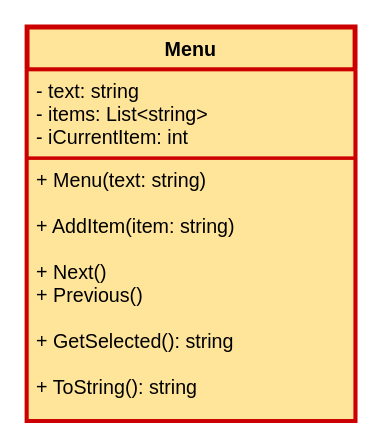
The draw.io diagram docs/50-tutorials/terminal-selection-menu/draw-io/menu_class.drawio in BioBoost/course_programming_from_base_to_ace, before the edit. Source tidied: cells renumbered, new cells numbered last; positions are measured from the earlier drawing's top-left corner, leaving out a move shared by most shapes. Both pictures are drawn from the tidied source at 164%, with x=0, y=0 at pixel (26, 26).
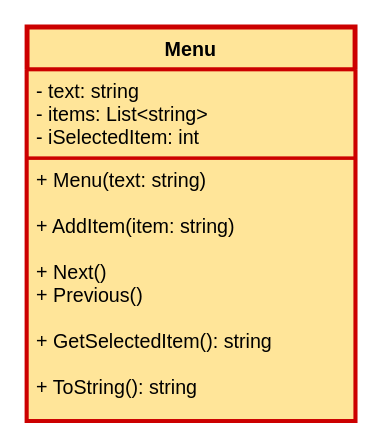
After the change.

Commit message (it also covers changes not shown here):
Finish tutorial on selection menu for the terminal

The edit, as a diff of the source:
```diff
@@
 <mxGraphModel>
   <root>
     <mxCell id="0" />
     <mxCell id="1" parent="0" />
     <mxCell id="2" value="Menu" style="swimlane;fontStyle=1;align=center;verticalAlign=top;horizontal=1;startSize=26;fillColor=#FFE599;strokeColor=#CC0000;strokeWidth=3;rounded=0;" parent="1" vertex="1">
       <mxGeometry width="200" height="240" as="geometry" />
     </mxCell>
-    <mxCell id="3" value="- text: string&#10;- items: List&lt;string&gt;&#10;- iCurrentItem: int&#10;" style="text;strokeColor=#CC0000;fillColor=#FFE599;align=left;verticalAlign=top;spacingLeft=4;spacingRight=4;overflow=hidden;strokeWidth=2;" parent="2" vertex="1">
+    <mxCell id="3" value="- text: string&#10;- items: List&lt;string&gt;&#10;- iSelectedItem: int&#10;" style="text;strokeColor=#CC0000;fillColor=#FFE599;align=left;verticalAlign=top;spacingLeft=4;spacingRight=4;overflow=hidden;strokeWidth=2;" parent="2" vertex="1">
       <mxGeometry y="26" width="200" height="54" as="geometry" />
     </mxCell>
-    <mxCell id="4" value="+ Menu(text: string)&#10;&#10;+ AddItem(item: string)&#10;&#10;+ Next()&#10;+ Previous()&#10;&#10;+ GetSelected(): string&#10;&#10;+ ToString(): string" style="text;strokeColor=#CC0000;fillColor=#FFE599;align=left;verticalAlign=top;spacingLeft=4;spacingRight=4;overflow=hidden;strokeWidth=2;rounded=0;" parent="2" vertex="1">
+    <mxCell id="4" value="+ Menu(text: string)&#10;&#10;+ AddItem(item: string)&#10;&#10;+ Next()&#10;+ Previous()&#10;&#10;+ GetSelectedItem(): string&#10;&#10;+ ToString(): string" style="text;strokeColor=#CC0000;fillColor=#FFE599;align=left;verticalAlign=top;spacingLeft=4;spacingRight=4;overflow=hidden;strokeWidth=2;rounded=0;" parent="2" vertex="1">
       <mxGeometry y="80" width="200" height="160" as="geometry" />
     </mxCell>
   </root>
 </mxGraphModel>
```
